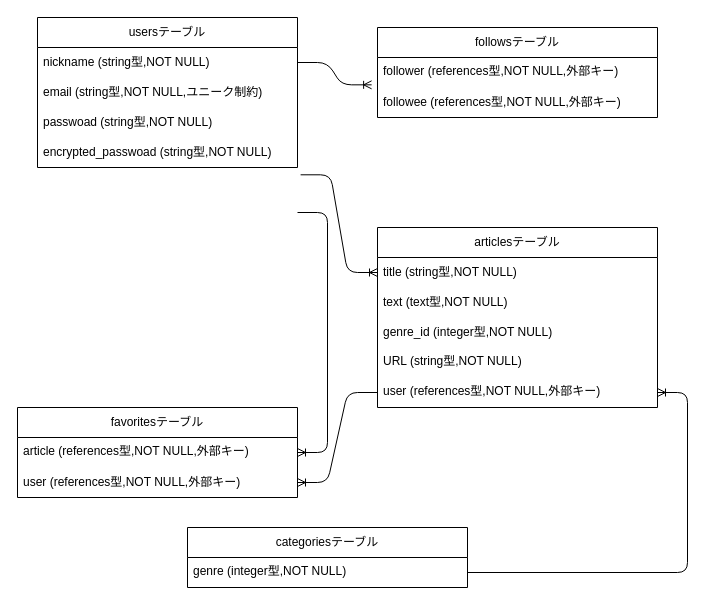
Earlier version of the draw.io diagram SHELF_DB設計.dio (koharayuki/SHELF). Source tidied: cells renumbered, new cells numbered last; positions are measured from the earlier drawing's top-left corner, leaving out a move shared by most shapes. Both pictures are drawn from the tidied source at 100%, with x=0, y=0 at pixel (17, 17).
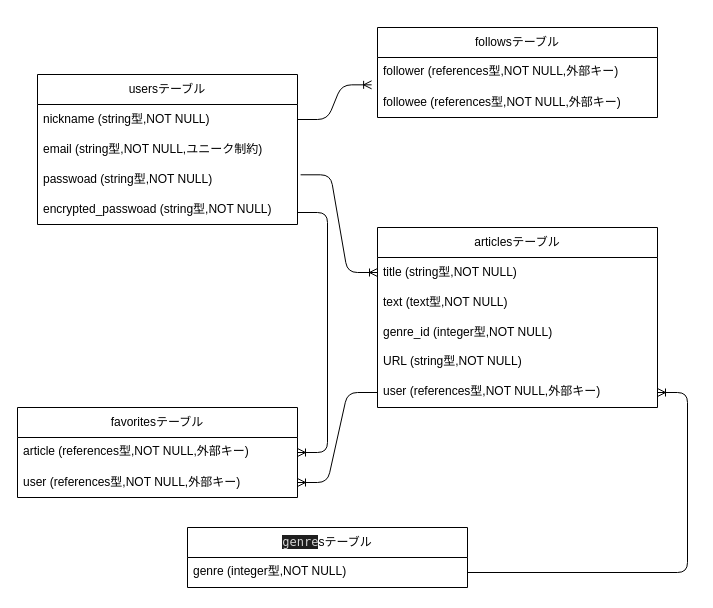
The same page after the edit.

The edit, as a diff of the source:
```diff
@@
     <mxCell id="2" value="usersテーブル" style="swimlane;fontStyle=0;horizontal=1;startSize=30;whiteSpace=wrap;html=1;" parent="1" vertex="1">
-      <mxGeometry x="20" width="260" height="150" as="geometry" />
+      <mxGeometry x="20" y="57" width="260" height="150" as="geometry" />
     </mxCell>
@@
-    <mxCell id="7" value="categoriesテーブル" style="swimlane;fontStyle=0;horizontal=1;startSize=30;whiteSpace=wrap;html=1;" parent="1" vertex="1">
+    <mxCell id="7" value="&lt;span style=&quot;background-color: rgb(30, 30, 30); color: rgb(212, 212, 212); font-family: Menlo, Monaco, &amp;quot;Courier New&amp;quot;, monospace;&quot;&gt;genre&lt;/span&gt;sテーブル" style="swimlane;fontStyle=0;horizontal=1;startSize=30;whiteSpace=wrap;html=1;" parent="1" vertex="1">
       <mxGeometry x="170" y="510" width="280" height="60" as="geometry" />
     </mxCell>
```
